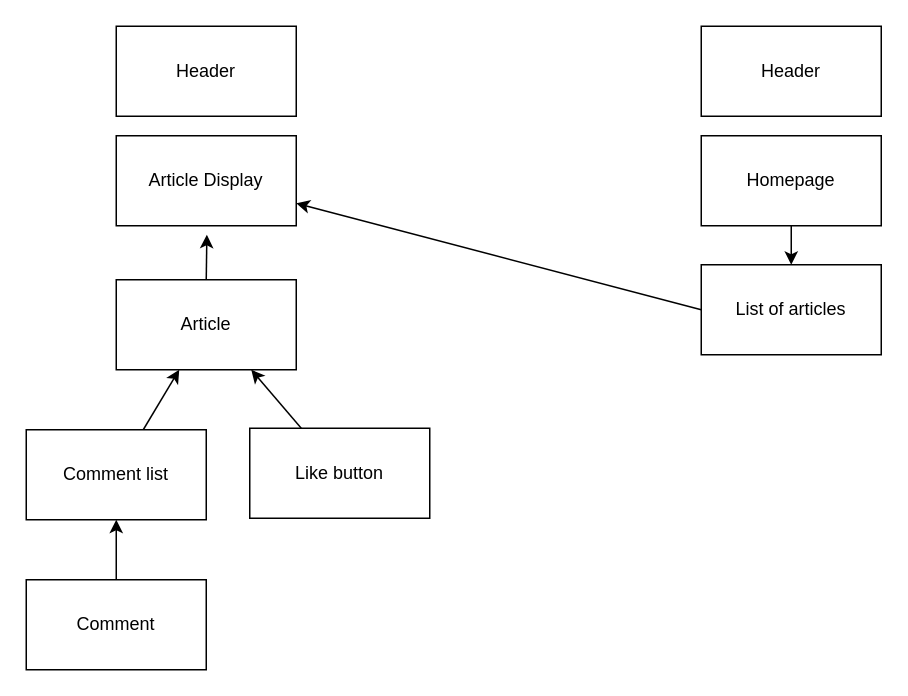
Earlier version of the draw.io diagram componentsmap.drawio (SchoolOfCode/w10_recap-tasks-Rahrahrarara). Source tidied: cells renumbered, new cells numbered last; positions are measured from the earlier drawing's top-left corner, leaving out a move shared by most shapes. Both pictures are drawn from the tidied source at 150%, with x=0, y=0 at pixel (26, 26).
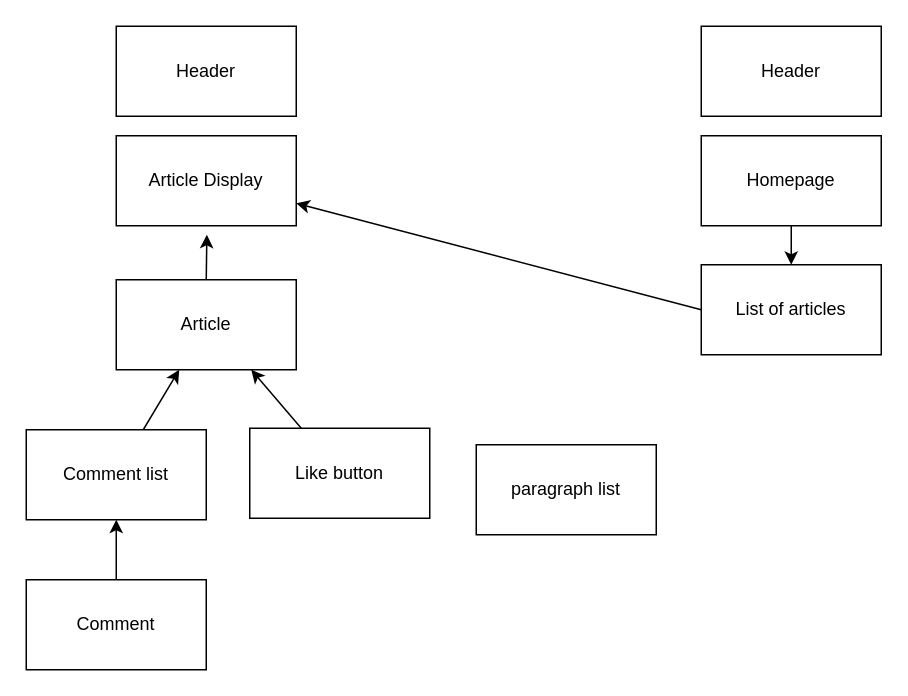
After the change.

Diff of the diagram source:
```diff
@@
 <mxGraphModel>
   <root>
     <mxCell id="0" />
     <mxCell id="1" parent="0" />
     <mxCell id="2" style="edgeStyle=none;html=1;exitX=0.5;exitY=0;exitDx=0;exitDy=0;" parent="1" edge="1" source="3">
       <mxGeometry relative="1" as="geometry">
         <mxPoint x="120.4" y="139" as="targetPoint" />
       </mxGeometry>
     </mxCell>
     <mxCell id="3" value="Article" style="whiteSpace=wrap;html=1;" parent="1" vertex="1">
       <mxGeometry x="60" y="169" width="120" height="60" as="geometry" />
     </mxCell>
     <mxCell id="4" style="edgeStyle=none;html=1;" parent="1" edge="1" source="5" target="3">
       <mxGeometry relative="1" as="geometry" />
     </mxCell>
     <mxCell id="5" value="Comment list" style="whiteSpace=wrap;html=1;" parent="1" vertex="1">
       <mxGeometry y="269" width="120" height="60" as="geometry" />
     </mxCell>
     <mxCell id="6" style="edgeStyle=none;html=1;exitX=0.5;exitY=0;exitDx=0;exitDy=0;entryX=0.5;entryY=1;entryDx=0;entryDy=0;" parent="1" edge="1" source="7" target="5">
       <mxGeometry relative="1" as="geometry" />
     </mxCell>
     <mxCell id="7" value="Comment" style="whiteSpace=wrap;html=1;" parent="1" vertex="1">
       <mxGeometry y="369" width="120" height="60" as="geometry" />
     </mxCell>
     <mxCell id="8" style="edgeStyle=none;html=1;entryX=0.75;entryY=1;entryDx=0;entryDy=0;" parent="1" edge="1" source="9" target="3">
       <mxGeometry relative="1" as="geometry" />
     </mxCell>
     <mxCell id="9" value="Like button" style="whiteSpace=wrap;html=1;" parent="1" vertex="1">
       <mxGeometry x="149" y="268" width="120" height="60" as="geometry" />
     </mxCell>
     <mxCell id="10" value="Header" style="whiteSpace=wrap;html=1;" parent="1" vertex="1">
       <mxGeometry x="60" width="120" height="60" as="geometry" />
     </mxCell>
     <mxCell id="11" style="edgeStyle=none;html=1;exitX=0.5;exitY=1;exitDx=0;exitDy=0;entryX=0.5;entryY=0;entryDx=0;entryDy=0;" parent="1" edge="1" source="12" target="15">
       <mxGeometry relative="1" as="geometry" />
     </mxCell>
     <mxCell id="12" value="Homepage" style="whiteSpace=wrap;html=1;" parent="1" vertex="1">
       <mxGeometry x="450" y="73" width="120" height="60" as="geometry" />
     </mxCell>
     <mxCell id="13" value="Header" style="whiteSpace=wrap;html=1;" parent="1" vertex="1">
       <mxGeometry x="450" width="120" height="60" as="geometry" />
     </mxCell>
     <mxCell id="14" style="edgeStyle=none;html=1;exitX=0;exitY=0.5;exitDx=0;exitDy=0;entryX=1;entryY=0.75;entryDx=0;entryDy=0;" parent="1" edge="1" source="15" target="16">
       <mxGeometry relative="1" as="geometry" />
     </mxCell>
     <mxCell id="15" value="List of articles" style="whiteSpace=wrap;html=1;" parent="1" vertex="1">
       <mxGeometry x="450" y="159" width="120" height="60" as="geometry" />
     </mxCell>
     <mxCell id="16" value="Article Display" style="whiteSpace=wrap;html=1;" parent="1" vertex="1">
       <mxGeometry x="60" y="73" width="120" height="60" as="geometry" />
     </mxCell>
+    <mxCell id="17" value="paragraph list" style="whiteSpace=wrap;html=1;" parent="1" vertex="1">
+      <mxGeometry x="300" y="279" width="120" height="60" as="geometry" />
+    </mxCell>
   </root>
 </mxGraphModel>
```
